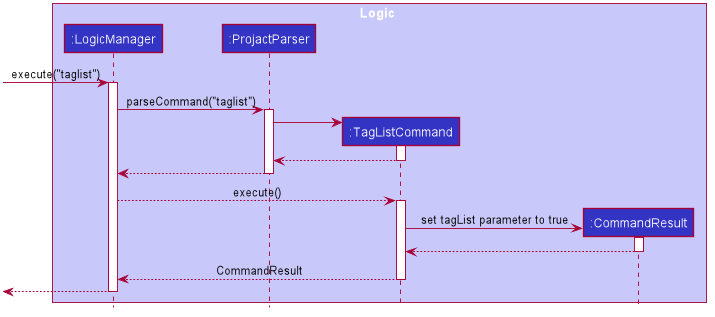
This is docs/images/TagListSequenceDiagram.png from siqiang-ng/tp, a PlantUML export, as it was before one commit.
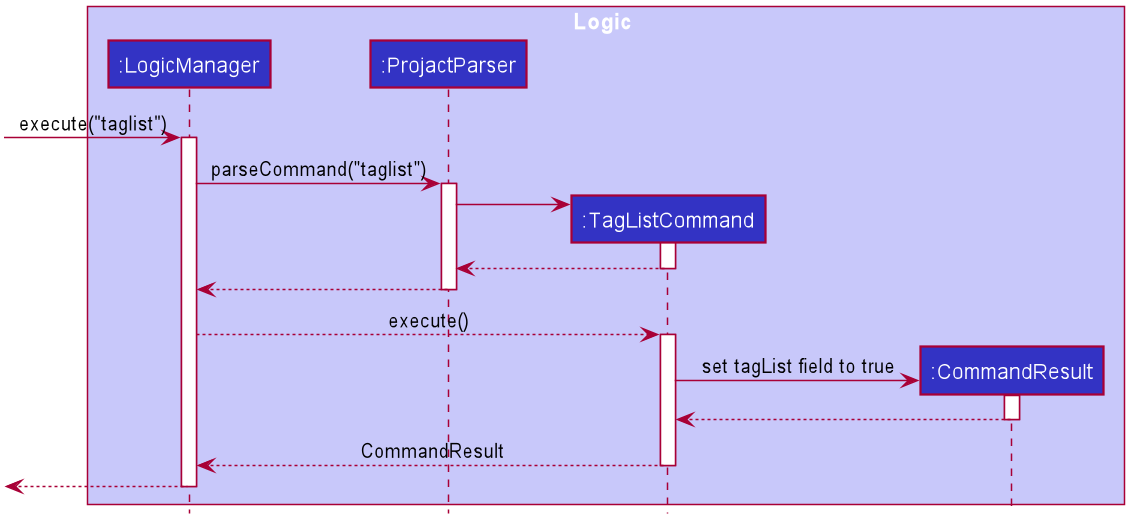
Above is the later version.

The edit, as a diff of the source:
```diff
@@ -75,7 +75,7 @@
 activate TagListCommand
 
 create CommandResult
-TagListCommand -> CommandResult : set tagList parameter to true
+TagListCommand -> CommandResult : set tagList field to true
 activate CommandResult
 
 CommandResult --> TagListCommand
```
